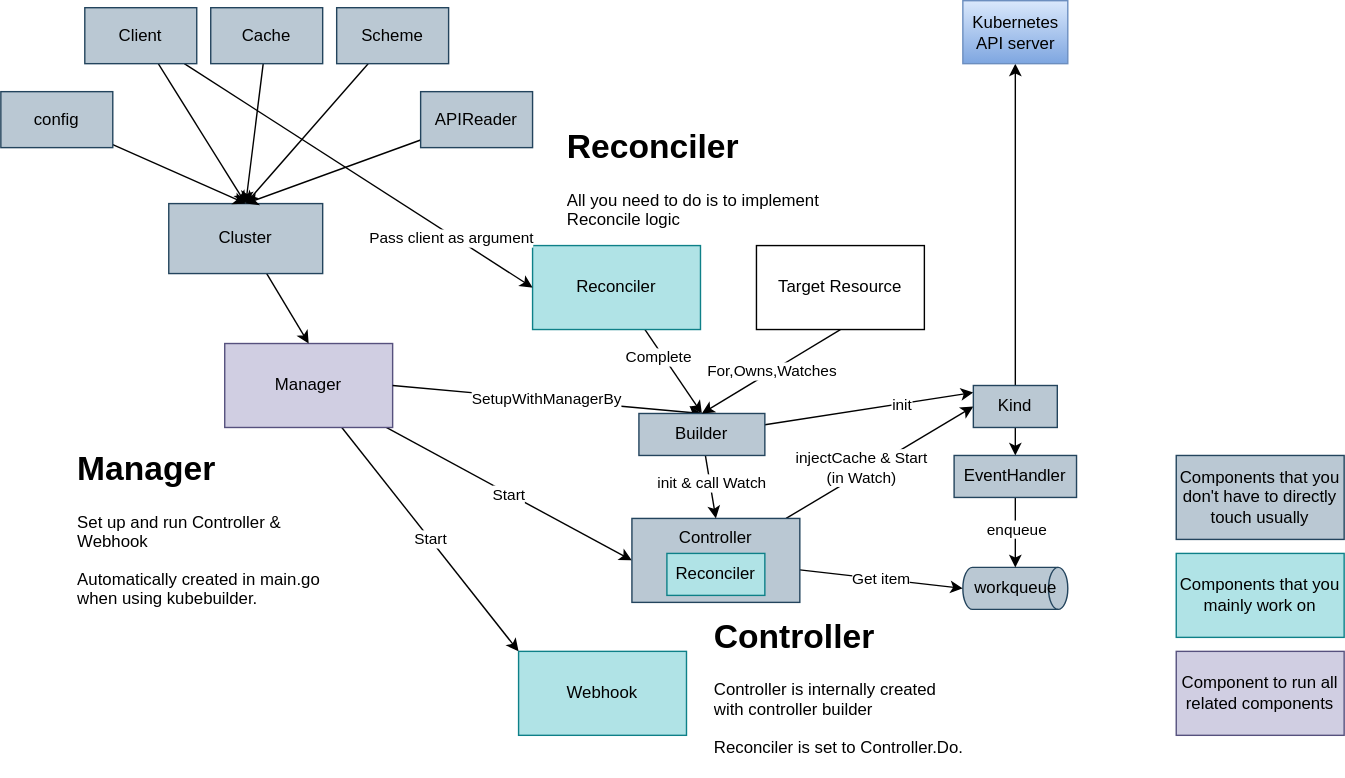
Above: contents/kubernetes-operator/controller-runtime/diagram.drawio.svg in nakamasato/kubernetes-training (draw.io), before the change. Source tidied: cells renumbered, new cells last; positions are measured from the earlier drawing's top-left corner, leaving out a move shared by most shapes. Its diagram source:
```xml
<mxGraphModel>
  <root>
    <mxCell id="0" />
    <mxCell id="1" parent="0" />
    <mxCell id="2" value="Start" style="edgeStyle=none;html=1;entryX=0;entryY=0.5;entryDx=0;entryDy=0;" parent="1" edge="1" source="4" target="7">
      <mxGeometry relative="1" as="geometry" />
    </mxCell>
    <mxCell id="3" value="Start" style="edgeStyle=none;html=1;entryX=0;entryY=0;entryDx=0;entryDy=0;" parent="1" edge="1" source="4" target="8">
      <mxGeometry relative="1" as="geometry" />
    </mxCell>
    <mxCell id="4" value="Manager" style="rounded=0;whiteSpace=wrap;html=1;fillColor=#d0cee2;strokeColor=#56517e;" parent="1" vertex="1">
      <mxGeometry x="160" y="245" width="120" height="60" as="geometry" />
    </mxCell>
    <mxCell id="5" value="injectCache &amp;amp; Start&lt;br&gt;(in Watch)" style="edgeStyle=none;html=1;entryX=0;entryY=0.5;entryDx=0;entryDy=0;" parent="1" edge="1" source="7" target="40">
      <mxGeometry x="-0.16" y="3" relative="1" as="geometry" />
    </mxCell>
    <mxCell id="6" value="Get item" style="edgeStyle=none;html=1;entryX=0;entryY=0.5;entryDx=0;entryDy=0;entryPerimeter=0;" parent="1" edge="1" source="7" target="42">
      <mxGeometry relative="1" as="geometry" />
    </mxCell>
    <mxCell id="7" value="Controller" style="rounded=0;whiteSpace=wrap;html=1;fillColor=#bac8d3;strokeColor=#23445d;verticalAlign=top;" parent="1" vertex="1">
      <mxGeometry x="451" y="370" width="120" height="60" as="geometry" />
    </mxCell>
    <mxCell id="8" value="Webhook" style="rounded=0;whiteSpace=wrap;html=1;fillColor=#b0e3e6;strokeColor=#0e8088;" parent="1" vertex="1">
      <mxGeometry x="370" y="465" width="120" height="60" as="geometry" />
    </mxCell>
    <mxCell id="9" value="SetupWithManagerBy" style="edgeStyle=none;html=1;entryX=0.5;entryY=0;entryDx=0;entryDy=0;exitX=1;exitY=0.5;exitDx=0;exitDy=0;" parent="1" edge="1" source="4" target="31">
      <mxGeometry relative="1" as="geometry" />
    </mxCell>
    <mxCell id="10" value="Complete" style="edgeStyle=none;html=1;entryX=0.5;entryY=0;entryDx=0;entryDy=0;" parent="1" edge="1" source="11" target="31">
      <mxGeometry x="-0.39" y="-3" relative="1" as="geometry" />
    </mxCell>
    <mxCell id="11" value="Reconciler" style="rounded=0;whiteSpace=wrap;html=1;fillColor=#b0e3e6;strokeColor=#0e8088;" parent="1" vertex="1">
      <mxGeometry x="380" y="175" width="120" height="60" as="geometry" />
    </mxCell>
    <mxCell id="12" style="edgeStyle=none;html=1;entryX=0.5;entryY=0;entryDx=0;entryDy=0;" parent="1" edge="1" source="15" target="33">
      <mxGeometry relative="1" as="geometry" />
    </mxCell>
    <mxCell id="13" style="edgeStyle=none;html=1;entryX=0;entryY=0.5;entryDx=0;entryDy=0;" parent="1" edge="1" source="15" target="11">
      <mxGeometry relative="1" as="geometry" />
    </mxCell>
    <mxCell id="14" value="Pass client as argument" style="edgeLabel;html=1;align=center;verticalAlign=middle;" parent="13" vertex="1">
      <mxGeometry x="0.53" y="-2" relative="1" as="geometry" />
    </mxCell>
    <mxCell id="15" value="Client" style="rounded=0;whiteSpace=wrap;html=1;fillColor=#bac8d3;strokeColor=#23445d;" parent="1" vertex="1">
      <mxGeometry x="60" y="5" width="80" height="40" as="geometry" />
    </mxCell>
    <mxCell id="16" style="edgeStyle=none;html=1;entryX=0.5;entryY=0;entryDx=0;entryDy=0;" parent="1" edge="1" source="17" target="33">
      <mxGeometry relative="1" as="geometry" />
    </mxCell>
    <mxCell id="17" value="Cache" style="rounded=0;whiteSpace=wrap;html=1;fillColor=#bac8d3;strokeColor=#23445d;" parent="1" vertex="1">
      <mxGeometry x="150" y="5" width="80" height="40" as="geometry" />
    </mxCell>
    <mxCell id="18" style="edgeStyle=none;html=1;entryX=0.5;entryY=0;entryDx=0;entryDy=0;" parent="1" edge="1" source="19" target="33">
      <mxGeometry relative="1" as="geometry" />
    </mxCell>
    <mxCell id="19" value="Scheme" style="rounded=0;whiteSpace=wrap;html=1;fillColor=#bac8d3;strokeColor=#23445d;" parent="1" vertex="1">
      <mxGeometry x="240" y="5" width="80" height="40" as="geometry" />
    </mxCell>
    <mxCell id="20" value="&lt;h1&gt;Reconciler&lt;/h1&gt;&lt;p&gt;All you need to do is to implement Reconcile logic&lt;/p&gt;" style="text;html=1;strokeColor=none;fillColor=none;spacing=5;spacingTop=-20;whiteSpace=wrap;overflow=hidden;rounded=0;" parent="1" vertex="1">
      <mxGeometry x="400" y="85" width="190" height="90" as="geometry" />
    </mxCell>
    <mxCell id="21" value="&lt;h1&gt;Manager&lt;/h1&gt;&lt;p&gt;Set up and run Controller &amp;amp; Webhook&lt;/p&gt;&lt;p&gt;Automatically created in main.go when using kubebuilder.&lt;/p&gt;" style="text;html=1;strokeColor=none;fillColor=none;spacing=5;spacingTop=-20;whiteSpace=wrap;overflow=hidden;rounded=0;" parent="1" vertex="1">
      <mxGeometry x="50" y="315" width="190" height="120" as="geometry" />
    </mxCell>
    <mxCell id="22" value="Reconciler" style="rounded=0;whiteSpace=wrap;html=1;fillColor=#b0e3e6;strokeColor=#0e8088;" parent="1" vertex="1">
      <mxGeometry x="476" y="395" width="70" height="30" as="geometry" />
    </mxCell>
    <mxCell id="23" value="Components that you mainly work on" style="rounded=0;whiteSpace=wrap;html=1;fillColor=#b0e3e6;strokeColor=#0e8088;" parent="1" vertex="1">
      <mxGeometry x="840" y="395" width="120" height="60" as="geometry" />
    </mxCell>
    <mxCell id="24" value="Components that you don't have to directly touch usually" style="rounded=0;whiteSpace=wrap;html=1;fillColor=#bac8d3;strokeColor=#23445d;" parent="1" vertex="1">
      <mxGeometry x="840" y="325" width="120" height="60" as="geometry" />
    </mxCell>
    <mxCell id="25" value="Component to run all related components" style="rounded=0;whiteSpace=wrap;html=1;fillColor=#d0cee2;strokeColor=#56517e;" parent="1" vertex="1">
      <mxGeometry x="840" y="465" width="120" height="60" as="geometry" />
    </mxCell>
    <mxCell id="26" value="&lt;h1&gt;Controller&lt;/h1&gt;&lt;p&gt;Controller is internally created with controller builder&lt;/p&gt;&lt;p&gt;Reconciler is set to Controller.Do.&lt;/p&gt;" style="text;html=1;strokeColor=none;fillColor=none;spacing=5;spacingTop=-20;whiteSpace=wrap;overflow=hidden;rounded=0;" parent="1" vertex="1">
      <mxGeometry x="505" y="435" width="190" height="120" as="geometry" />
    </mxCell>
    <mxCell id="27" style="edgeStyle=none;html=1;entryX=0.5;entryY=0;entryDx=0;entryDy=0;" parent="1" edge="1" source="31" target="7">
      <mxGeometry relative="1" as="geometry" />
    </mxCell>
    <mxCell id="28" value="init &amp;amp; call Watch" style="edgeLabel;html=1;align=center;verticalAlign=middle;" parent="27" vertex="1">
      <mxGeometry x="-0.1" y="-1" relative="1" as="geometry">
        <mxPoint x="2" as="offset" />
      </mxGeometry>
    </mxCell>
    <mxCell id="29" style="edgeStyle=none;html=1;entryX=0;entryY=0.167;entryDx=0;entryDy=0;entryPerimeter=0;" parent="1" edge="1" source="31" target="40">
      <mxGeometry relative="1" as="geometry" />
    </mxCell>
    <mxCell id="30" value="init" style="edgeLabel;html=1;align=center;verticalAlign=middle;" parent="29" vertex="1">
      <mxGeometry x="0.31" relative="1" as="geometry" />
    </mxCell>
    <mxCell id="31" value="Builder" style="rounded=0;whiteSpace=wrap;html=1;fillColor=#bac8d3;strokeColor=#23445d;verticalAlign=middle;" parent="1" vertex="1">
      <mxGeometry x="456" y="295" width="90" height="30" as="geometry" />
    </mxCell>
    <mxCell id="32" style="edgeStyle=none;html=1;entryX=0.5;entryY=0;entryDx=0;entryDy=0;" parent="1" edge="1" source="33" target="4">
      <mxGeometry relative="1" as="geometry" />
    </mxCell>
    <mxCell id="33" value="Cluster" style="rounded=0;whiteSpace=wrap;html=1;fillColor=#bac8d3;strokeColor=#23445d;" parent="1" vertex="1">
      <mxGeometry x="120" y="145" width="110" height="50" as="geometry" />
    </mxCell>
    <mxCell id="34" style="edgeStyle=none;html=1;entryX=0.5;entryY=0;entryDx=0;entryDy=0;" parent="1" edge="1" source="35" target="33">
      <mxGeometry relative="1" as="geometry" />
    </mxCell>
    <mxCell id="35" value="config" style="rounded=0;whiteSpace=wrap;html=1;fillColor=#bac8d3;strokeColor=#23445d;" parent="1" vertex="1">
      <mxGeometry y="65" width="80" height="40" as="geometry" />
    </mxCell>
    <mxCell id="36" style="edgeStyle=none;html=1;entryX=0.5;entryY=0;entryDx=0;entryDy=0;" parent="1" edge="1" source="37" target="33">
      <mxGeometry relative="1" as="geometry" />
    </mxCell>
    <mxCell id="37" value="APIReader" style="rounded=0;whiteSpace=wrap;html=1;fillColor=#bac8d3;strokeColor=#23445d;" parent="1" vertex="1">
      <mxGeometry x="300" y="65" width="80" height="40" as="geometry" />
    </mxCell>
    <mxCell id="38" style="edgeStyle=none;html=1;entryX=0.5;entryY=0;entryDx=0;entryDy=0;" parent="1" edge="1" source="40" target="45">
      <mxGeometry relative="1" as="geometry" />
    </mxCell>
    <mxCell id="39" style="edgeStyle=none;html=1;entryX=0.5;entryY=1;entryDx=0;entryDy=0;" parent="1" edge="1" source="40" target="41">
      <mxGeometry relative="1" as="geometry" />
    </mxCell>
    <mxCell id="40" value="Kind" style="rounded=0;whiteSpace=wrap;html=1;fillColor=#bac8d3;strokeColor=#23445d;verticalAlign=middle;" parent="1" vertex="1">
      <mxGeometry x="695" y="275" width="60" height="30" as="geometry" />
    </mxCell>
    <mxCell id="41" value="Kubernetes&lt;br&gt;API server" style="rounded=0;whiteSpace=wrap;html=1;fillColor=#dae8fc;strokeColor=#6c8ebf;verticalAlign=middle;gradientColor=#7ea6e0;" parent="1" vertex="1">
      <mxGeometry x="687.5" width="75" height="45" as="geometry" />
    </mxCell>
    <mxCell id="42" value="workqueue" style="strokeWidth=1;html=1;shape=mxgraph.flowchart.direct_data;whiteSpace=wrap;fillColor=#bac8d3;strokeColor=#23445d;" parent="1" vertex="1">
      <mxGeometry x="687.5" y="405" width="75" height="30" as="geometry" />
    </mxCell>
    <mxCell id="43" style="edgeStyle=none;html=1;" parent="1" edge="1" source="45" target="42">
      <mxGeometry relative="1" as="geometry" />
    </mxCell>
    <mxCell id="44" value="enqueue" style="edgeLabel;html=1;align=center;verticalAlign=middle;" parent="43" vertex="1">
      <mxGeometry x="-0.09" relative="1" as="geometry" />
    </mxCell>
    <mxCell id="45" value="EventHandler" style="rounded=0;whiteSpace=wrap;html=1;fillColor=#bac8d3;strokeColor=#23445d;verticalAlign=middle;" parent="1" vertex="1">
      <mxGeometry x="681.2" y="325" width="87.5" height="30" as="geometry" />
    </mxCell>
    <mxCell id="46" value="For,Owns,Watches" style="edgeStyle=none;html=1;entryX=0.5;entryY=0;entryDx=0;entryDy=0;exitX=0.5;exitY=1;exitDx=0;exitDy=0;" parent="1" edge="1" source="47" target="31">
      <mxGeometry relative="1" as="geometry" />
    </mxCell>
    <mxCell id="47" value="Target Resource" style="rounded=0;whiteSpace=wrap;html=1;strokeWidth=1;" parent="1" vertex="1">
      <mxGeometry x="540" y="175" width="120" height="60" as="geometry" />
    </mxCell>
  </root>
</mxGraphModel>
```
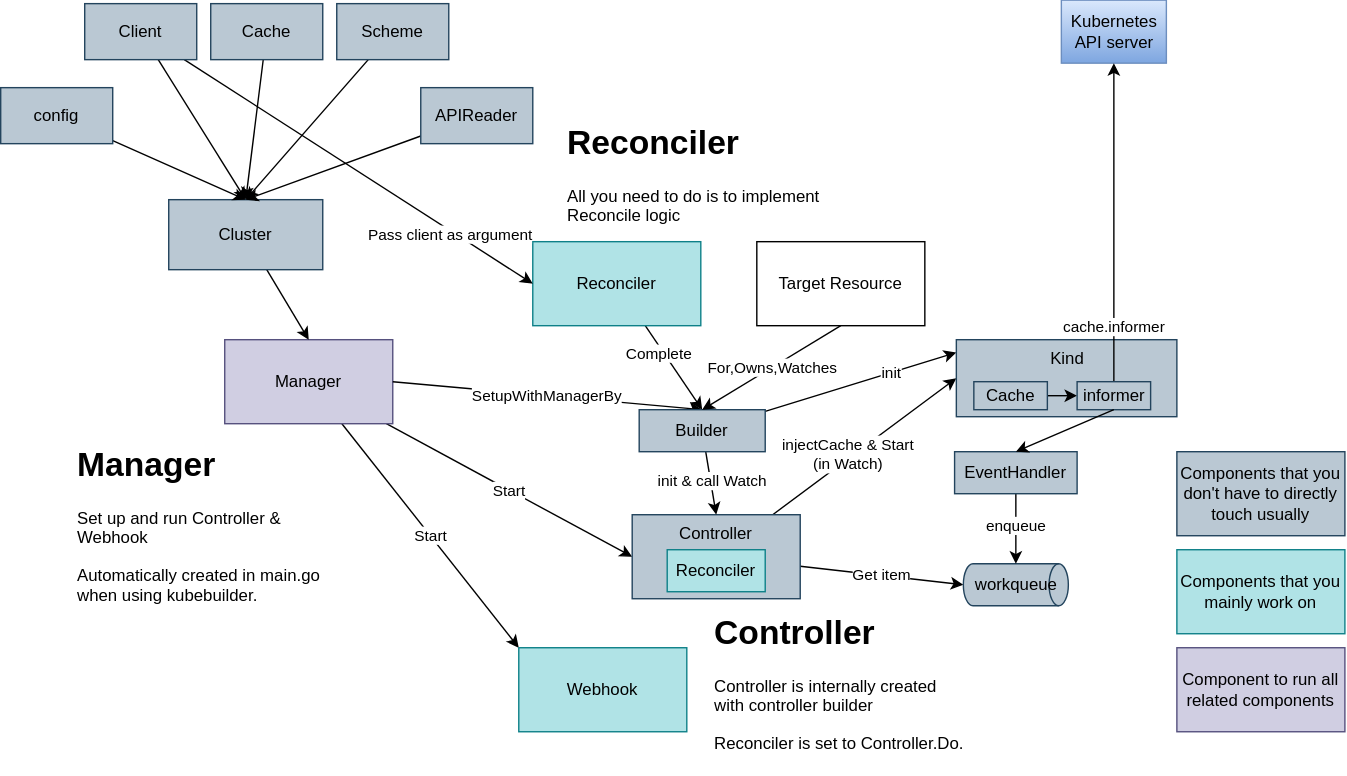
Later version of the same file.

Change to the diagram source:
```diff
@@ -112,17 +112,11 @@
     <mxCell id="37" value="APIReader" style="rounded=0;whiteSpace=wrap;html=1;fillColor=#bac8d3;strokeColor=#23445d;" parent="1" vertex="1">
       <mxGeometry x="300" y="65" width="80" height="40" as="geometry" />
     </mxCell>
-    <mxCell id="38" style="edgeStyle=none;html=1;entryX=0.5;entryY=0;entryDx=0;entryDy=0;" parent="1" edge="1" source="40" target="45">
-      <mxGeometry relative="1" as="geometry" />
-    </mxCell>
-    <mxCell id="39" style="edgeStyle=none;html=1;entryX=0.5;entryY=1;entryDx=0;entryDy=0;" parent="1" edge="1" source="40" target="41">
-      <mxGeometry relative="1" as="geometry" />
-    </mxCell>
-    <mxCell id="40" value="Kind" style="rounded=0;whiteSpace=wrap;html=1;fillColor=#bac8d3;strokeColor=#23445d;verticalAlign=middle;" parent="1" vertex="1">
-      <mxGeometry x="695" y="275" width="60" height="30" as="geometry" />
+    <mxCell id="40" value="Kind" style="rounded=0;whiteSpace=wrap;html=1;fillColor=#bac8d3;strokeColor=#23445d;verticalAlign=top;" parent="1" vertex="1">
+      <mxGeometry x="682.5" y="245" width="157.5" height="55" as="geometry" />
     </mxCell>
     <mxCell id="41" value="Kubernetes&lt;br&gt;API server" style="rounded=0;whiteSpace=wrap;html=1;fillColor=#dae8fc;strokeColor=#6c8ebf;verticalAlign=middle;gradientColor=#7ea6e0;" parent="1" vertex="1">
-      <mxGeometry x="687.5" width="75" height="45" as="geometry" />
+      <mxGeometry x="757.5" y="2.5" width="75" height="45" as="geometry" />
     </mxCell>
     <mxCell id="42" value="workqueue" style="strokeWidth=1;html=1;shape=mxgraph.flowchart.direct_data;whiteSpace=wrap;fillColor=#bac8d3;strokeColor=#23445d;" parent="1" vertex="1">
       <mxGeometry x="687.5" y="405" width="75" height="30" as="geometry" />
@@ -142,5 +136,25 @@
     <mxCell id="47" value="Target Resource" style="rounded=0;whiteSpace=wrap;html=1;strokeWidth=1;" parent="1" vertex="1">
       <mxGeometry x="540" y="175" width="120" height="60" as="geometry" />
     </mxCell>
+    <mxCell id="48" style="edgeStyle=none;html=1;" parent="1" edge="1" source="49" target="51">
+      <mxGeometry relative="1" as="geometry" />
+    </mxCell>
+    <mxCell id="49" value="Cache" style="rounded=0;whiteSpace=wrap;html=1;fillColor=#bac8d3;strokeColor=#23445d;" parent="1" vertex="1">
+      <mxGeometry x="695" y="275" width="52.5" height="20" as="geometry" />
+    </mxCell>
+    <mxCell id="39" style="edgeStyle=none;html=1;entryX=0.5;entryY=1;entryDx=0;entryDy=0;exitX=0.5;exitY=0;exitDx=0;exitDy=0;" parent="1" edge="1" source="51" target="41">
+      <mxGeometry relative="1" as="geometry" />
+    </mxCell>
+    <mxCell id="50" value="cache.informer" style="edgeLabel;html=1;align=center;verticalAlign=middle;" parent="39" vertex="1">
+      <mxGeometry x="-0.75" relative="1" as="geometry">
+        <mxPoint y="-11" as="offset" />
+      </mxGeometry>
+    </mxCell>
+    <mxCell id="51" value="informer" style="rounded=0;whiteSpace=wrap;html=1;fillColor=#bac8d3;strokeColor=#23445d;" parent="1" vertex="1">
+      <mxGeometry x="768.8" y="275" width="52.5" height="20" as="geometry" />
+    </mxCell>
+    <mxCell id="38" style="edgeStyle=none;html=1;entryX=0.5;entryY=0;entryDx=0;entryDy=0;exitX=0.5;exitY=1;exitDx=0;exitDy=0;" parent="1" edge="1" source="51" target="45">
+      <mxGeometry relative="1" as="geometry" />
+    </mxCell>
   </root>
 </mxGraphModel>
```
